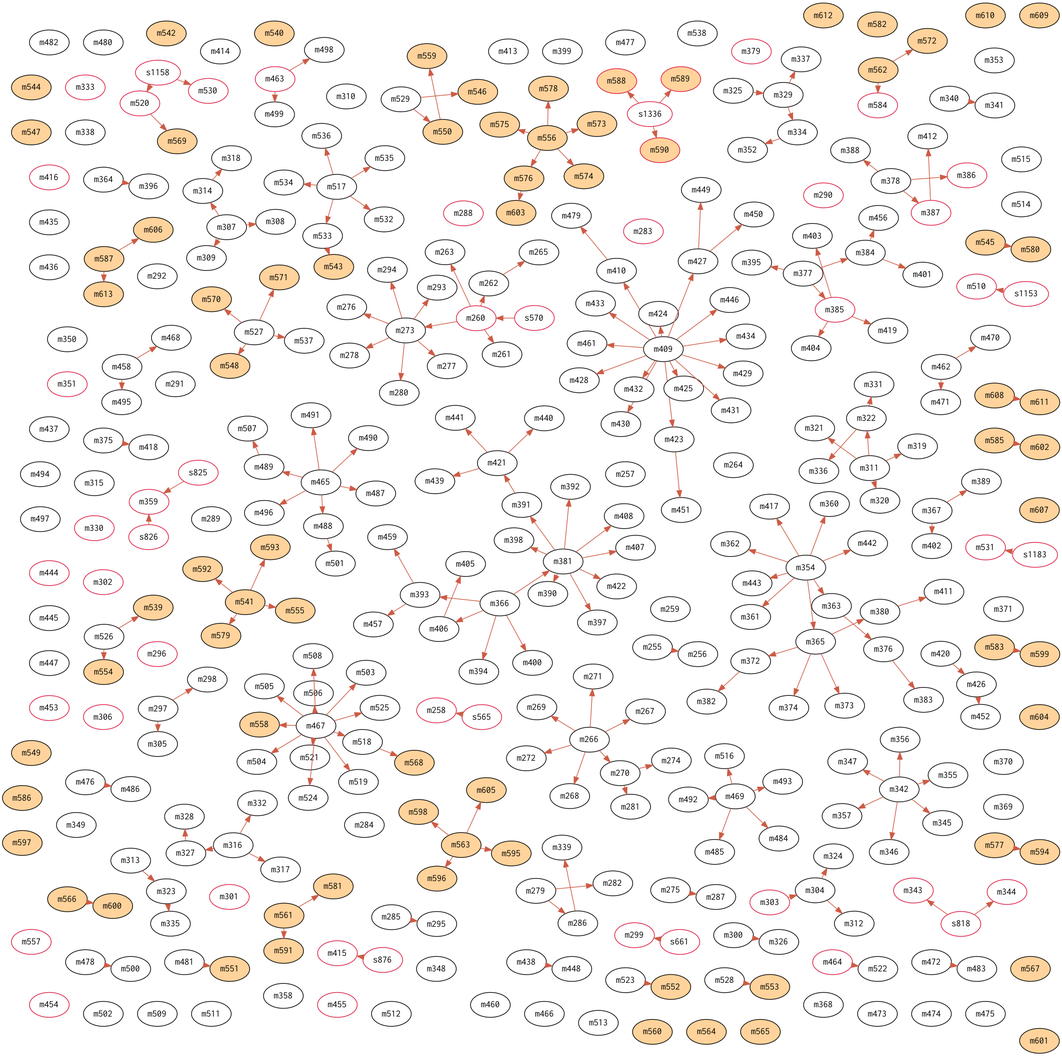
This is report/matsue/infections.png from spiegel-im-spiegel/covid-2019-report, a Graphviz export, as it was before one commit. Its source is kept beside it as report/matsue/infections.dot.
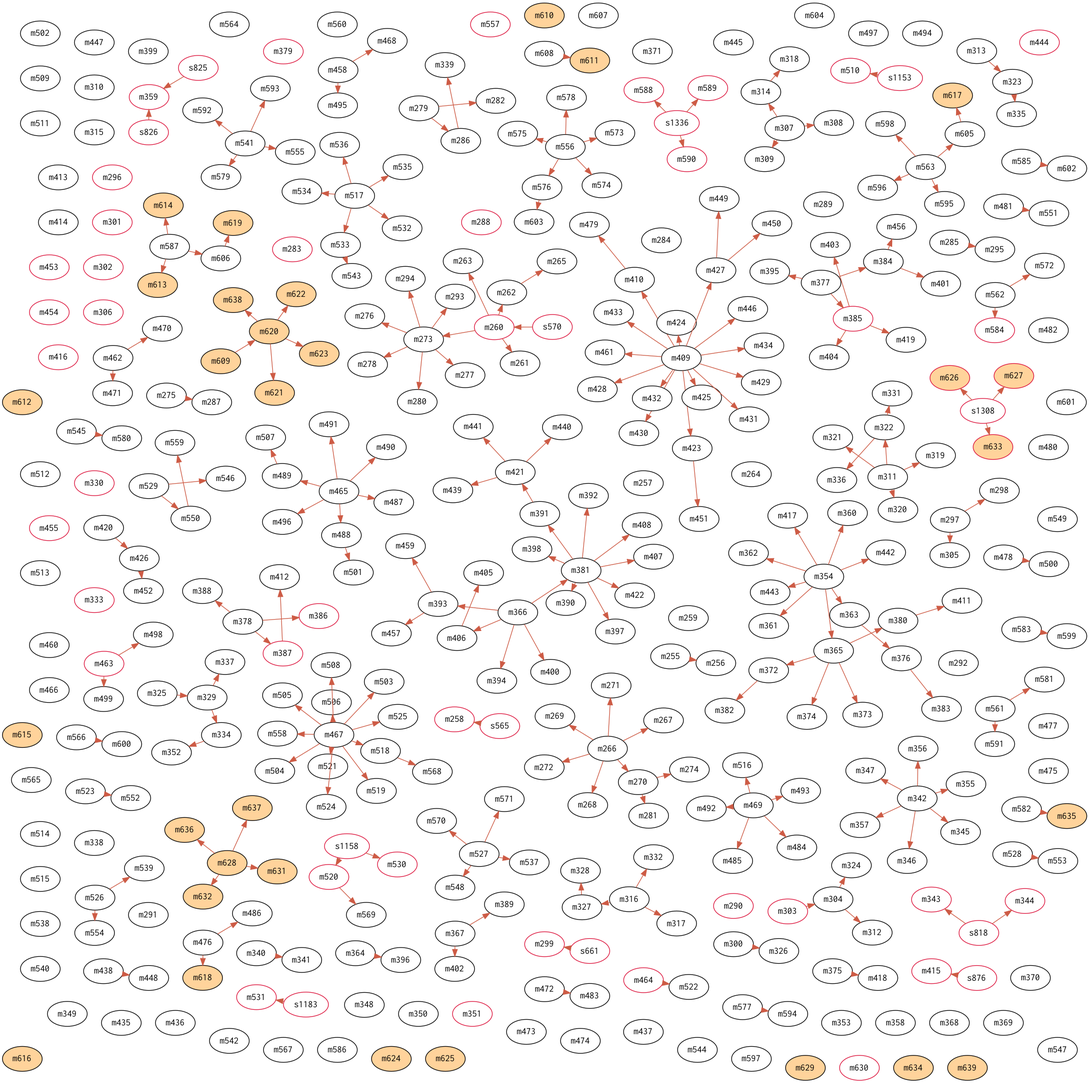
After the change.

Change to the diagram source:
```diff
@@ -297,84 +297,111 @@
 	m536;
 	m537;
 	m538;
-	m539[fillcolor=burlywood1];
-	m540[fillcolor=burlywood1];
-	m541[fillcolor=burlywood1];
-	m542[fillcolor=burlywood1];
-	m543[fillcolor=burlywood1];
-	m544[fillcolor=burlywood1];
-	m545[fillcolor=burlywood1];
-	m546[fillcolor=burlywood1];
-	m547[fillcolor=burlywood1];
-	m548[fillcolor=burlywood1];
-	m549[fillcolor=burlywood1];
-	m550[fillcolor=burlywood1];
-	m551[fillcolor=burlywood1];
-	m552[fillcolor=burlywood1];
-	m553[fillcolor=burlywood1];
-	m554[fillcolor=burlywood1];
-	m555[fillcolor=burlywood1];
-	m556[fillcolor=burlywood1];
+	m539;
+	m540;
+	m541;
+	m542;
+	m543;
+	m544;
+	m545;
+	m546;
+	m547;
+	m548;
+	m549;
+	m550;
+	m551;
+	m552;
+	m553;
+	m554;
+	m555;
+	m556;
 	m557[color=crimson];
-	m558[fillcolor=burlywood1];
-	m559[fillcolor=burlywood1];
-	m560[fillcolor=burlywood1];
-	m561[fillcolor=burlywood1];
-	m562[fillcolor=burlywood1];
-	m563[fillcolor=burlywood1];
-	m564[fillcolor=burlywood1];
-	m565[fillcolor=burlywood1];
-	m566[fillcolor=burlywood1];
-	m567[fillcolor=burlywood1];
-	m568[fillcolor=burlywood1];
-	m569[fillcolor=burlywood1];
-	m570[fillcolor=burlywood1];
-	m571[fillcolor=burlywood1];
-	m572[fillcolor=burlywood1];
-	m573[fillcolor=burlywood1];
-	m574[fillcolor=burlywood1];
-	m575[fillcolor=burlywood1];
-	m576[fillcolor=burlywood1];
-	m577[fillcolor=burlywood1];
-	m578[fillcolor=burlywood1];
-	m579[fillcolor=burlywood1];
-	m580[fillcolor=burlywood1];
-	m581[fillcolor=burlywood1];
-	m582[fillcolor=burlywood1];
-	m583[fillcolor=burlywood1];
+	m558;
+	m559;
+	m560;
+	m561;
+	m562;
+	m563;
+	m564;
+	m565;
+	m566;
+	m567;
+	m568;
+	m569;
+	m570;
+	m571;
+	m572;
+	m573;
+	m574;
+	m575;
+	m576;
+	m577;
+	m578;
+	m579;
+	m580;
+	m581;
+	m582;
+	m583;
 	m584[color=crimson];
-	m585[fillcolor=burlywood1];
-	m586[fillcolor=burlywood1];
-	m587[fillcolor=burlywood1];
-	m588[color=crimson,fillcolor=burlywood1];
-	m589[color=crimson,fillcolor=burlywood1];
-	m590[color=crimson,fillcolor=burlywood1];
-	m591[fillcolor=burlywood1];
-	m592[fillcolor=burlywood1];
-	m593[fillcolor=burlywood1];
-	m594[fillcolor=burlywood1];
-	m595[fillcolor=burlywood1];
-	m596[fillcolor=burlywood1];
-	m597[fillcolor=burlywood1];
-	m598[fillcolor=burlywood1];
-	m599[fillcolor=burlywood1];
-	m600[fillcolor=burlywood1];
-	m601[fillcolor=burlywood1];
-	m602[fillcolor=burlywood1];
-	m603[fillcolor=burlywood1];
-	m604[fillcolor=burlywood1];
-	m605[fillcolor=burlywood1];
-	m606[fillcolor=burlywood1];
-	m607[fillcolor=burlywood1];
-	m608[fillcolor=burlywood1];
+	m585;
+	m586;
+	m587;
+	m588[color=crimson];
+	m589[color=crimson];
+	m590[color=crimson];
+	m591;
+	m592;
+	m593;
+	m594;
+	m595;
+	m596;
+	m597;
+	m598;
+	m599;
+	m600;
+	m601;
+	m602;
+	m603;
+	m604;
+	m605;
+	m606;
+	m607;
+	m608;
 	m609[fillcolor=burlywood1];
 	m610[fillcolor=burlywood1];
 	m611[fillcolor=burlywood1];
 	m612[fillcolor=burlywood1];
 	m613[fillcolor=burlywood1];
+	m614[fillcolor=burlywood1];
+	m615[fillcolor=burlywood1];
+	m616[fillcolor=burlywood1];
+	m617[fillcolor=burlywood1];
+	m618[fillcolor=burlywood1];
+	m619[fillcolor=burlywood1];
+	m620[fillcolor=burlywood1];
+	m621[fillcolor=burlywood1];
+	m622[fillcolor=burlywood1];
+	m623[fillcolor=burlywood1];
+	m624[fillcolor=burlywood1];
+	m625[fillcolor=burlywood1];
+	m626[color=crimson,fillcolor=burlywood1];
+	m627[color=crimson,fillcolor=burlywood1];
+	m628[fillcolor=burlywood1];
+	m629[fillcolor=burlywood1];
+	m630[color=crimson];
+	m631[fillcolor=burlywood1];
+	m632[fillcolor=burlywood1];
+	m633[color=crimson,fillcolor=burlywood1];
+	m634[fillcolor=burlywood1];
+	m635[fillcolor=burlywood1];
+	m636[fillcolor=burlywood1];
+	m637[fillcolor=burlywood1];
+	m638[fillcolor=burlywood1];
+	m639[fillcolor=burlywood1];
 	s1153[color=crimson];
 	s1158[color=crimson];
 	s1183[color=crimson];
+	s1308[color=crimson];
 	s1336[color=crimson];
 	s565[color=crimson];
 	s570[color=crimson];
@@ -609,4 +636,21 @@
 	m587->m606;
 	m608->m611;
 	m587->m613;
+	m587->m614;
+	m605->m617;
+	m476->m618;
+	m606->m619;
+	m609->m620;
+	m620->m621;
+	m620->m622;
+	m620->m623;
+	s1308->m626;
+	s1308->m627;
+	m628->m631;
+	m628->m632;
+	s1308->m633;
+	m582->m635;
+	m628->m636;
+	m628->m637;
+	m620->m638;
 }
```
